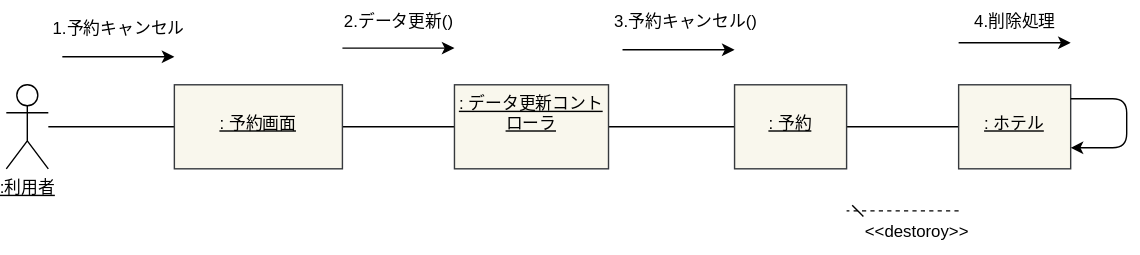
Earlier version of the draw.io export 演習5-2_CD_予約登録削除.drawio.svg (orenouserNamehaKawamura1/uml-introduction). Source tidied: cells renumbered, new cells last; positions are measured from the earlier drawing's top-left corner, leaving out a move shared by most shapes.
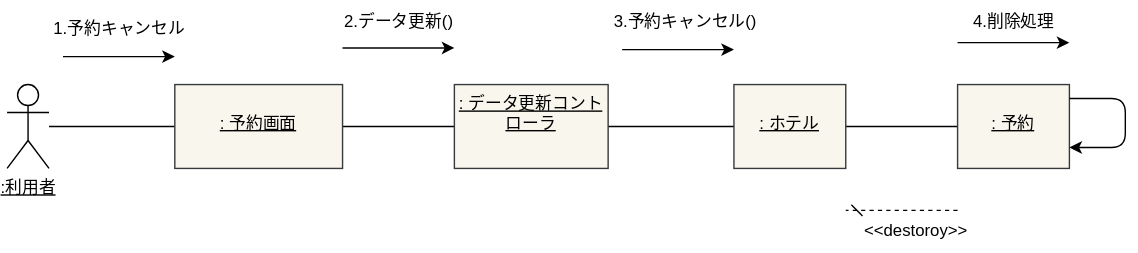
Later version of the same file.

Commit message:
課題再提出

Change to the diagram source:
```diff
@@ -23,10 +23,10 @@
     <mxCell id="8" style="edgeStyle=none;html=1;endArrow=none;endFill=0;" parent="1" edge="1" source="9" target="10">
       <mxGeometry relative="1" as="geometry" />
     </mxCell>
-    <mxCell id="9" value="&lt;u&gt;&lt;font color=&quot;#000000&quot;&gt;&lt;br&gt;: 予約&lt;br&gt;&lt;/font&gt;&lt;br&gt;&lt;/u&gt;" style="whiteSpace=wrap;html=1;verticalAlign=top;fillColor=#f9f7ed;strokeColor=#36393d;" parent="1" vertex="1">
+    <mxCell id="9" value="&lt;u&gt;&lt;font color=&quot;#000000&quot;&gt;&lt;br&gt;: ホテル&lt;br&gt;&lt;/font&gt;&lt;br&gt;&lt;/u&gt;" style="whiteSpace=wrap;html=1;verticalAlign=top;fillColor=#f9f7ed;strokeColor=#36393d;" parent="1" vertex="1">
       <mxGeometry x="520" y="60" width="80" height="60" as="geometry" />
     </mxCell>
-    <mxCell id="10" value="&lt;u&gt;&lt;font color=&quot;#000000&quot;&gt;&lt;br&gt;: ホテル&lt;/font&gt;&lt;/u&gt;" style="whiteSpace=wrap;html=1;verticalAlign=top;fillColor=#f9f7ed;strokeColor=#36393d;" parent="1" vertex="1">
+    <mxCell id="10" value="&lt;u&gt;&lt;font color=&quot;#000000&quot;&gt;&lt;br&gt;: 予約&lt;/font&gt;&lt;/u&gt;" style="whiteSpace=wrap;html=1;verticalAlign=top;fillColor=#f9f7ed;strokeColor=#36393d;" parent="1" vertex="1">
       <mxGeometry x="680" y="60" width="80" height="60" as="geometry" />
     </mxCell>
     <mxCell id="11" style="endArrow=classic;html=1;" parent="1" edge="1">
```
